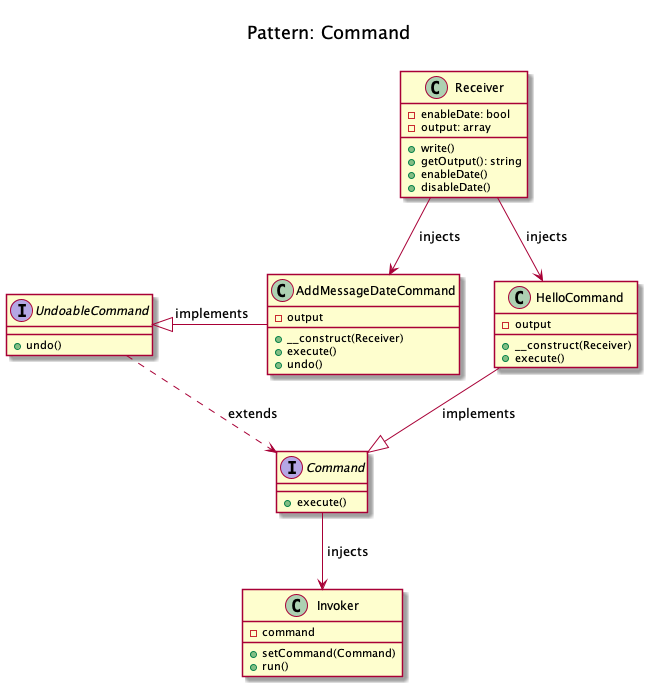
Before: patterns/behavioral/command/domnikl/diagram.png, a diagram exported from PlantUML (rosselli/design-patterns-implemented.concepts).
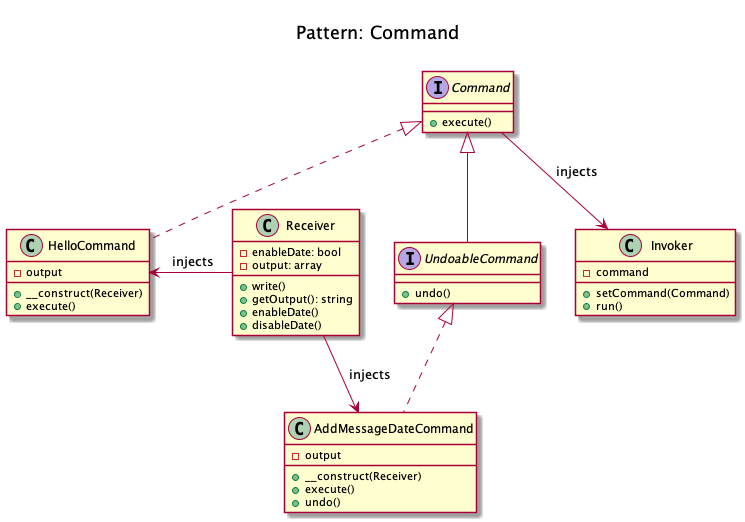
The same diagram one commit later.

What changed in the source:
```diff
@@ -1,8 +1,7 @@
 @startuml
     Title <size:20>\nPattern: Command\n
 
-
-    interface UndoableCommand {
+    interface UndoableCommand extends Command {
         + undo()
     }
 
@@ -10,13 +9,13 @@
         + execute()
     }
 
-    class HelloCommand {
+    class HelloCommand implements Command {
         - output
         + __construct(Receiver)
         + execute()
     }
 
-    class AddMessageDateCommand {
+    class AddMessageDateCommand implements UndoableCommand {
         - output
         + __construct(Receiver)
         + execute()
@@ -38,11 +37,7 @@
         + disableDate()
     }
 
-    UndoableCommand ..> Command: " extends"
-    AddMessageDateCommand -left-|> UndoableCommand: " implements"
-    HelloCommand --|> Command: " implements"
     Command --> Invoker: " injects"
-    Receiver --> HelloCommand: " injects"
+    Receiver -left-> HelloCommand: " injects"
     Receiver --> AddMessageDateCommand: " injects"
-
 @enduml
```
